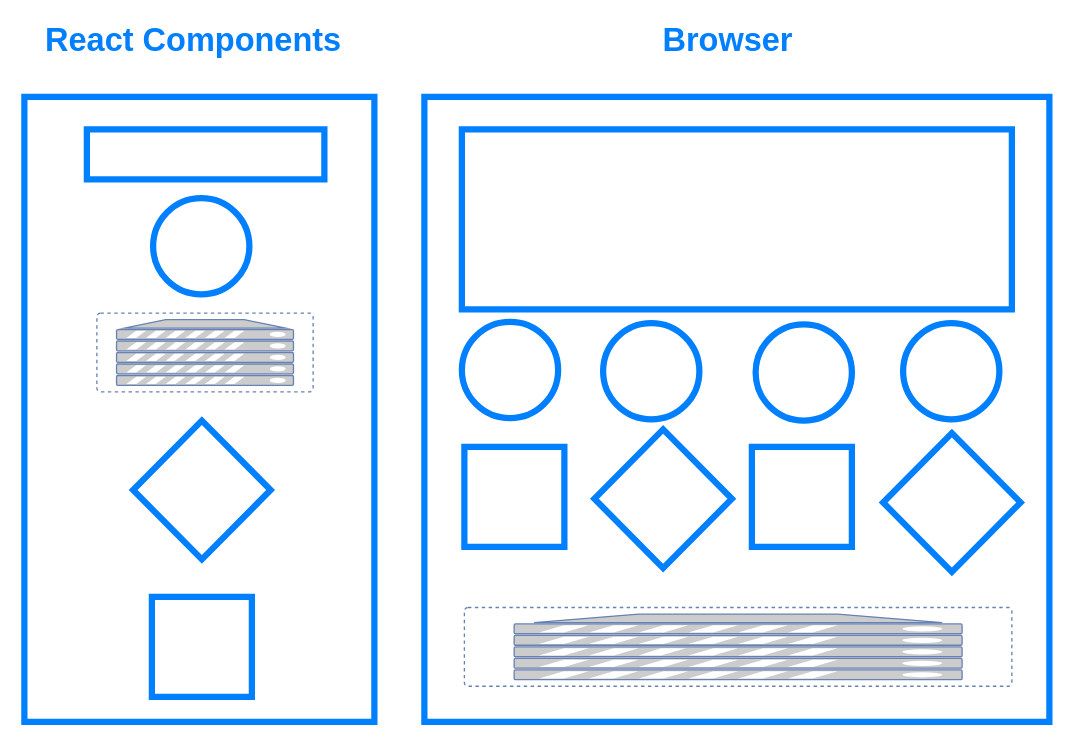
Earlier version of the draw.io diagram draw_io/components.drawio (arsibux/react-app). Source tidied: cells renumbered, new cells numbered last; positions are measured from the earlier drawing's top-left corner, leaving out a move shared by most shapes. Both pictures are drawn from the tidied source at 125%, with x=0, y=0 at pixel (24, 21).
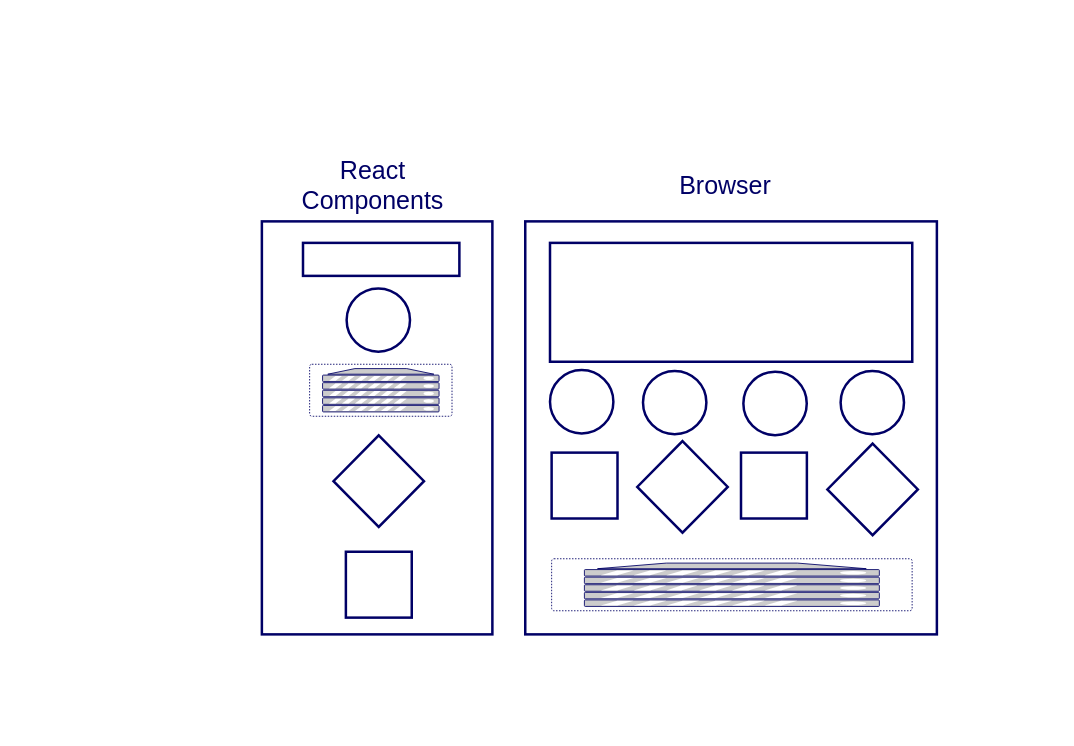
After the change.

Diff of the diagram source:
```diff
@@
-    <mxCell id="2" style="rounded=0;whiteSpace=wrap;html=1;fontSize=20;strokeWidth=5;strokeColor=#007FFF;" parent="1" vertex="1">
-      <mxGeometry y="60" width="280" height="500" as="geometry" />
+    <mxCell id="2" style="rounded=0;whiteSpace=wrap;html=1;fontSize=20;strokeWidth=2;strokeColor=#000066;" parent="1" vertex="1">
+      <mxGeometry x="190" y="159.6" width="184.4" height="330.4" as="geometry" />
     </mxCell>
-    <mxCell id="3" style="rounded=0;whiteSpace=wrap;html=1;strokeWidth=5;strokeColor=#007FFF;" parent="1" vertex="1">
-      <mxGeometry x="50" y="86" width="190" height="40" as="geometry" />
+    <mxCell id="3" style="rounded=0;whiteSpace=wrap;html=1;strokeWidth=2;strokeColor=#000066;" parent="1" vertex="1">
+      <mxGeometry x="222.9" y="176.8" width="125.1" height="26.4" as="geometry" />
     </mxCell>
-    <mxCell id="4" style="ellipse;whiteSpace=wrap;html=1;strokeWidth=5;strokeColor=#007FFF;" parent="1" vertex="1">
-      <mxGeometry x="103" y="141" width="77" height="77" as="geometry" />
+    <mxCell id="4" style="ellipse;whiteSpace=wrap;html=1;strokeWidth=2;strokeColor=#000066;" parent="1" vertex="1">
+      <mxGeometry x="257.8" y="213.2" width="50.7" height="50.7" as="geometry" />
     </mxCell>
-    <mxCell id="5" style="rhombus;whiteSpace=wrap;html=1;strokeWidth=5;strokeColor=#007FFF;" parent="1" vertex="1">
-      <mxGeometry x="87" y="319" width="110" height="111" as="geometry" />
+    <mxCell id="5" style="rhombus;whiteSpace=wrap;html=1;strokeWidth=2;strokeColor=#000066;" parent="1" vertex="1">
+      <mxGeometry x="247.3" y="330.8" width="72.4" height="73.3" as="geometry" />
     </mxCell>
-    <mxCell id="6" style="whiteSpace=wrap;html=1;strokeWidth=5;strokeColor=#007FFF;" parent="1" vertex="1">
-      <mxGeometry x="102" y="460" width="80" height="80" as="geometry" />
+    <mxCell id="6" style="whiteSpace=wrap;html=1;strokeWidth=2;strokeColor=#000066;" parent="1" vertex="1">
+      <mxGeometry x="257.2" y="423.9" width="52.7" height="52.7" as="geometry" />
     </mxCell>
-    <mxCell id="7" value="React Components" style="text;html=1;strokeColor=none;fillColor=none;align=center;verticalAlign=middle;whiteSpace=wrap;rounded=0;fontSize=26;fontStyle=1;fontColor=#007FFF;" parent="1" vertex="1">
-      <mxGeometry x="11" width="249" height="30" as="geometry" />
+    <mxCell id="7" value="React Components" style="text;html=1;strokeColor=none;fillColor=none;align=center;verticalAlign=middle;whiteSpace=wrap;rounded=0;fontSize=20;fontStyle=0;fontColor=#000066;strokeWidth=2;" parent="1" vertex="1">
+      <mxGeometry x="197.2" y="120" width="164" height="19.8" as="geometry" />
     </mxCell>
-    <mxCell id="8" style="fontColor=#0066CC;verticalAlign=top;verticalLabelPosition=bottom;labelPosition=center;align=center;html=1;fillColor=#CCCCCC;strokeColor=#6881B3;gradientColor=none;gradientDirection=north;strokeWidth=2;shape=mxgraph.networks.virtual_server;fontSize=20;" parent="1" vertex="1">
-      <mxGeometry x="58" y="233" width="173" height="63" as="geometry" />
+    <mxCell id="8" style="fontColor=#0066CC;verticalAlign=top;verticalLabelPosition=bottom;labelPosition=center;align=center;html=1;fillColor=#CCCCCC;strokeColor=#000066;gradientColor=none;gradientDirection=north;strokeWidth=2;shape=mxgraph.networks.virtual_server;fontSize=20;" parent="1" vertex="1">
+      <mxGeometry x="228.2" y="273.9" width="113.9" height="41.6" as="geometry" />
     </mxCell>
-    <mxCell id="9" style="rounded=0;whiteSpace=wrap;html=1;fontSize=20;strokeWidth=5;strokeColor=#007FFF;" parent="1" vertex="1">
-      <mxGeometry x="320" y="60" width="500" height="500" as="geometry" />
+    <mxCell id="9" style="rounded=0;whiteSpace=wrap;html=1;fontSize=20;strokeWidth=2;strokeColor=#000066;" parent="1" vertex="1">
+      <mxGeometry x="400.7" y="159.6" width="329.3" height="330.4" as="geometry" />
     </mxCell>
-    <mxCell id="10" style="rounded=0;whiteSpace=wrap;html=1;strokeWidth=5;strokeColor=#007FFF;" parent="1" vertex="1">
-      <mxGeometry x="350" y="86" width="440" height="144" as="geometry" />
+    <mxCell id="10" style="rounded=0;whiteSpace=wrap;html=1;strokeWidth=2;strokeColor=#000066;" parent="1" vertex="1">
+      <mxGeometry x="420.5" y="176.8" width="289.8" height="95.1" as="geometry" />
     </mxCell>
-    <mxCell id="11" value="Browser" style="text;html=1;strokeColor=none;fillColor=none;align=center;verticalAlign=middle;whiteSpace=wrap;rounded=0;fontSize=26;fontStyle=1;fontColor=#007FFF;" parent="1" vertex="1">
-      <mxGeometry x="463" width="200" height="30" as="geometry" />
+    <mxCell id="11" value="Browser" style="text;html=1;strokeColor=none;fillColor=none;align=center;verticalAlign=middle;whiteSpace=wrap;rounded=0;fontSize=20;fontStyle=0;fontColor=#000066;strokeWidth=2;" parent="1" vertex="1">
+      <mxGeometry x="494.9" y="120" width="131.7" height="19.8" as="geometry" />
     </mxCell>
-    <mxCell id="12" style="ellipse;whiteSpace=wrap;html=1;strokeWidth=5;strokeColor=#007FFF;" parent="1" vertex="1">
-      <mxGeometry x="350" y="240" width="77" height="77" as="geometry" />
+    <mxCell id="12" style="ellipse;whiteSpace=wrap;html=1;strokeWidth=2;strokeColor=#000066;" parent="1" vertex="1">
+      <mxGeometry x="420.5" y="278.6" width="50.7" height="50.7" as="geometry" />
     </mxCell>
-    <mxCell id="13" style="ellipse;whiteSpace=wrap;html=1;strokeWidth=5;strokeColor=#007FFF;" parent="1" vertex="1">
-      <mxGeometry x="463" y="241" width="77" height="77" as="geometry" />
+    <mxCell id="13" style="ellipse;whiteSpace=wrap;html=1;strokeWidth=2;strokeColor=#000066;" parent="1" vertex="1">
+      <mxGeometry x="494.9" y="279.2" width="50.7" height="50.7" as="geometry" />
     </mxCell>
-    <mxCell id="14" style="ellipse;whiteSpace=wrap;html=1;strokeWidth=5;strokeColor=#007FFF;" parent="1" vertex="1">
-      <mxGeometry x="585" y="242" width="77" height="77" as="geometry" />
+    <mxCell id="14" style="ellipse;whiteSpace=wrap;html=1;strokeWidth=2;strokeColor=#000066;" parent="1" vertex="1">
+      <mxGeometry x="575.2" y="279.9" width="50.7" height="50.7" as="geometry" />
     </mxCell>
-    <mxCell id="15" style="ellipse;whiteSpace=wrap;html=1;strokeWidth=5;strokeColor=#007FFF;" parent="1" vertex="1">
-      <mxGeometry x="703" y="241" width="77" height="77" as="geometry" />
+    <mxCell id="15" style="ellipse;whiteSpace=wrap;html=1;strokeWidth=2;strokeColor=#000066;" parent="1" vertex="1">
+      <mxGeometry x="653" y="279.2" width="50.7" height="50.7" as="geometry" />
     </mxCell>
-    <mxCell id="16" style="whiteSpace=wrap;html=1;strokeWidth=5;strokeColor=#007FFF;" parent="1" vertex="1">
-      <mxGeometry x="352" y="340" width="80" height="80" as="geometry" />
+    <mxCell id="16" style="whiteSpace=wrap;html=1;strokeWidth=2;strokeColor=#000066;" parent="1" vertex="1">
+      <mxGeometry x="421.8" y="344.6" width="52.7" height="52.7" as="geometry" />
     </mxCell>
-    <mxCell id="17" style="rhombus;whiteSpace=wrap;html=1;strokeWidth=5;strokeColor=#007FFF;" parent="1" vertex="1">
-      <mxGeometry x="456" y="326" width="110" height="111" as="geometry" />
+    <mxCell id="17" style="rhombus;whiteSpace=wrap;html=1;strokeWidth=2;strokeColor=#000066;" parent="1" vertex="1">
+      <mxGeometry x="490.3" y="335.4" width="72.4" height="73.3" as="geometry" />
     </mxCell>
-    <mxCell id="18" style="whiteSpace=wrap;html=1;strokeWidth=5;strokeColor=#007FFF;" parent="1" vertex="1">
-      <mxGeometry x="582" y="340" width="80" height="80" as="geometry" />
+    <mxCell id="18" style="whiteSpace=wrap;html=1;strokeWidth=2;strokeColor=#000066;" parent="1" vertex="1">
+      <mxGeometry x="573.3" y="344.6" width="52.7" height="52.7" as="geometry" />
     </mxCell>
-    <mxCell id="19" style="rhombus;whiteSpace=wrap;html=1;strokeWidth=5;strokeColor=#007FFF;" parent="1" vertex="1">
-      <mxGeometry x="687" y="329" width="110" height="111" as="geometry" />
+    <mxCell id="19" style="rhombus;whiteSpace=wrap;html=1;strokeWidth=2;strokeColor=#000066;" parent="1" vertex="1">
+      <mxGeometry x="642.4" y="337.4" width="72.4" height="73.3" as="geometry" />
     </mxCell>
-    <mxCell id="20" style="fontColor=#0066CC;verticalAlign=top;verticalLabelPosition=bottom;labelPosition=center;align=center;html=1;fillColor=#CCCCCC;strokeColor=#6881B3;gradientColor=none;gradientDirection=north;strokeWidth=2;shape=mxgraph.networks.virtual_server;fontSize=20;" parent="1" vertex="1">
-      <mxGeometry x="352" y="468.5" width="438" height="63" as="geometry" />
+    <mxCell id="20" style="fontColor=#0066CC;verticalAlign=top;verticalLabelPosition=bottom;labelPosition=center;align=center;html=1;fillColor=#CCCCCC;strokeColor=#000066;gradientColor=none;gradientDirection=north;strokeWidth=2;shape=mxgraph.networks.virtual_server;fontSize=20;" parent="1" vertex="1">
+      <mxGeometry x="421.8" y="429.5" width="288.4" height="41.6" as="geometry" />
     </mxCell>
```
